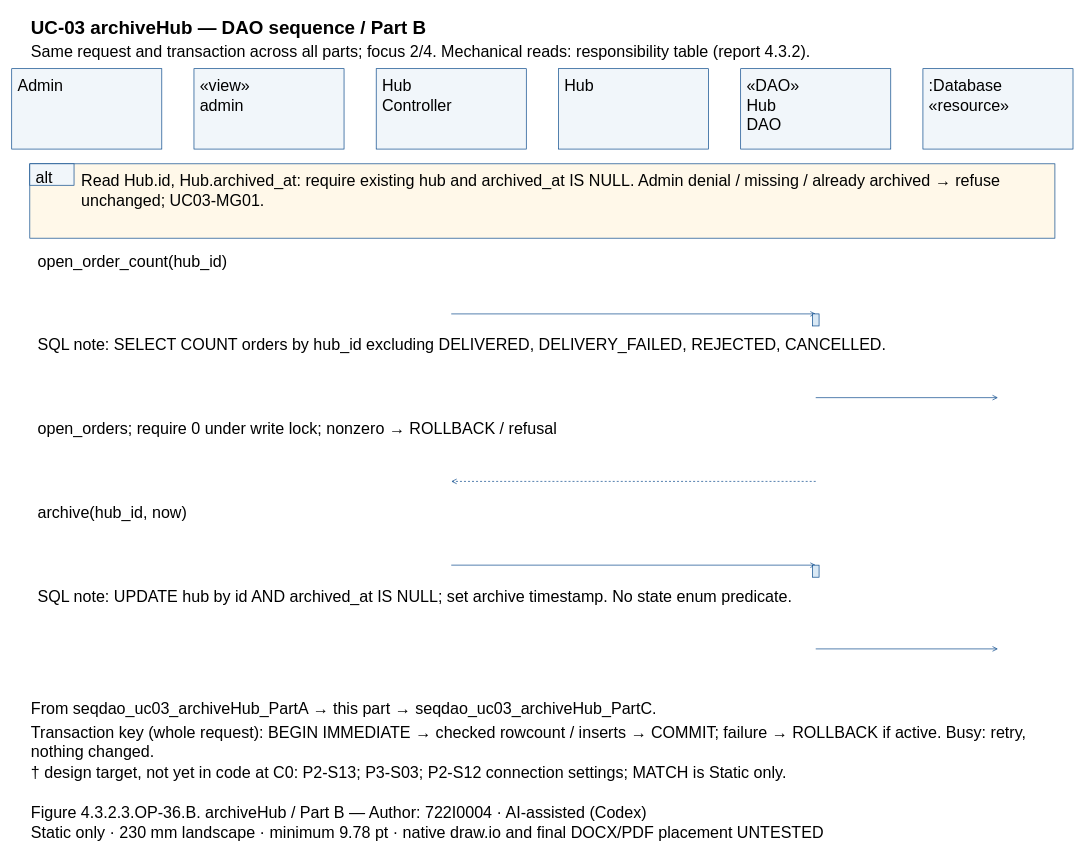
Before: models/UC-03/seqdao_uc03_archiveHub_PartB.drawio in Dat071104/SaigonBite, a draw.io diagram. Source tidied: cells renumbered, new cells numbered last; positions are measured from the earlier drawing's top-left corner, leaving out a move shared by most shapes. Both pictures are drawn from the tidied source at 67%, with x=0, y=0 at pixel (11, 11).
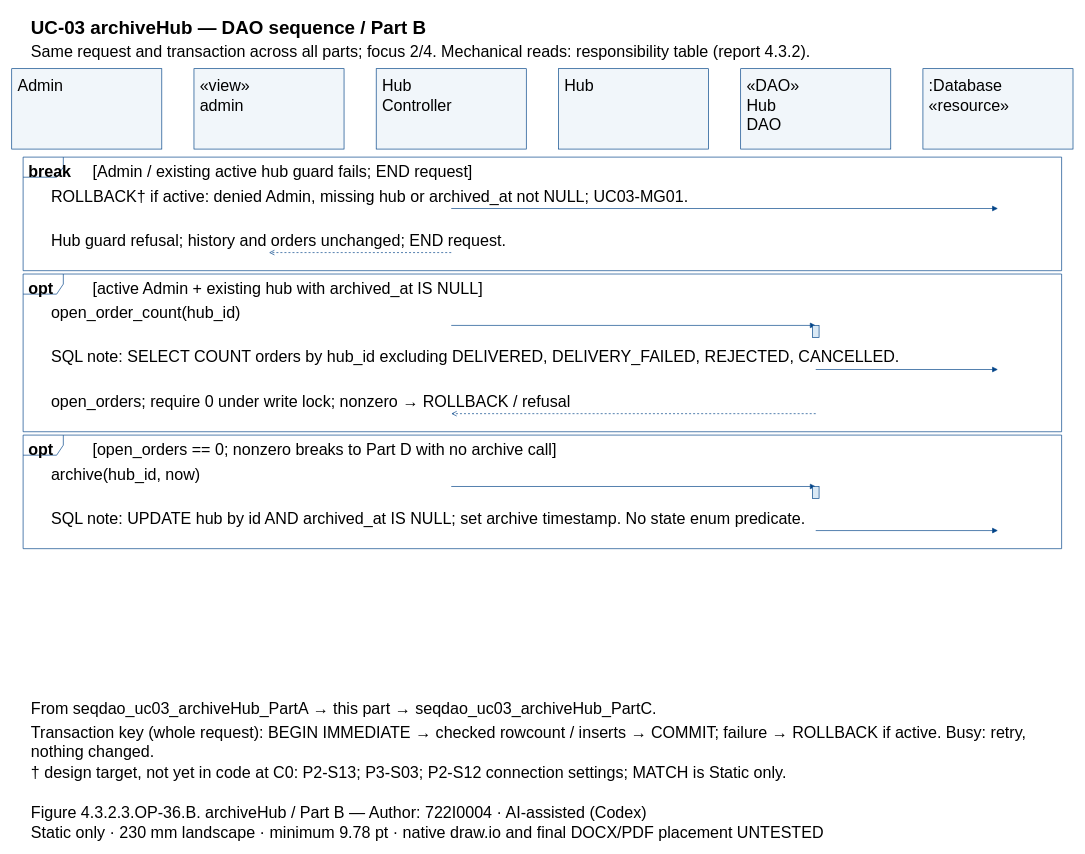
Above is the later version.

The edit, as a diff of the source:
```diff
@@
+    <mxCell id="47" style="shape=umlFrame;fillColor=none;strokeColor=#004387;" parent="1" vertex="1">
+      <mxGeometry x="17" y="217" width="1550" height="169.5" as="geometry" />
+    </mxCell>
+    <mxCell id="48" style="shape=umlFrame;fillColor=none;strokeColor=#004387;" parent="1" vertex="1">
+      <mxGeometry x="17" y="391.5" width="1550" height="235.4" as="geometry" />
+    </mxCell>
+    <mxCell id="49" style="shape=umlFrame;fillColor=none;strokeColor=#004387;" parent="1" vertex="1">
+      <mxGeometry x="17" y="631.9" width="1550" height="169.5" as="geometry" />
+    </mxCell>
@@
-    <mxCell id="15" value=":Database&#10;«resource»" style="text;html=0;whiteSpace=wrap;align=left;verticalAlign=top;strokeColor=none;fillColor=none;fontFamily=Arial;fontSize=24;fontStyle=0;" parent="1" vertex="1">
-      <mxGeometry x="1367" y="90" width="210" height="55.7" as="geometry" />
-    </mxCell>
-    <mxCell id="16" style="fillColor=#FFF8E9;strokeColor=#004387;" parent="1" vertex="1">
-      <mxGeometry x="27" y="227" width="1530" height="111" as="geometry" />
-    </mxCell>
-    <mxCell id="17" style="fillColor=#F1F6FA;strokeColor=#004387;" parent="1" vertex="1">
-      <mxGeometry x="27" y="227" width="66" height="32" as="geometry" />
-    </mxCell>
-    <mxCell id="18" value="alt" style="text;html=0;whiteSpace=wrap;align=left;verticalAlign=top;strokeColor=none;fillColor=none;fontFamily=Arial;fontSize=24;fontStyle=0;" parent="1" vertex="1">
-      <mxGeometry x="34" y="227" width="56" height="27.8" as="geometry" />
+    <mxCell id="18" value=":Database&#10;«resource»" style="text;html=0;whiteSpace=wrap;align=left;verticalAlign=top;strokeColor=none;fillColor=none;fontFamily=Arial;fontSize=24;fontStyle=0;" parent="1" vertex="1">
+      <mxGeometry x="1367" y="90" width="210" height="55.7" as="geometry" />
     </mxCell>
-    <mxCell id="19" value="Read Hub.id, Hub.archived_at: require existing hub and archived_at IS NULL. Admin denial / missing / already archived → refuse&#10;unchanged; UC03-MG01." style="text;html=0;whiteSpace=wrap;align=left;verticalAlign=top;strokeColor=none;fillColor=none;fontFamily=Arial;fontSize=24;fontStyle=0;" parent="1" vertex="1">
-      <mxGeometry x="102" y="232" width="1440" height="55.7" as="geometry" />
-    </mxCell>
-    <mxCell id="20" value="open_order_count(hub_id)" style="text;html=0;whiteSpace=wrap;align=left;verticalAlign=top;strokeColor=none;fillColor=none;fontFamily=Arial;fontSize=24;fontStyle=0;" parent="1" vertex="1">
-      <mxGeometry x="37" y="352" width="1510" height="27.8" as="geometry" />
-    </mxCell>
+    <mxCell id="50" value="break" style="text;html=0;whiteSpace=wrap;align=left;verticalAlign=top;strokeColor=none;fillColor=none;fontFamily=Arial;fontSize=24;fontStyle=1;" parent="1" vertex="1">
+      <mxGeometry x="23" y="218" width="84" height="27.8" as="geometry" />
+    </mxCell>
+    <mxCell id="51" value="[Admin / existing active hub guard fails; END request]" style="text;html=0;whiteSpace=wrap;align=left;verticalAlign=top;strokeColor=none;fillColor=none;fontFamily=Arial;fontSize=24;fontStyle=0;" parent="1" vertex="1">
+      <mxGeometry x="119" y="218" width="1438" height="27.8" as="geometry" />
+    </mxCell>
+    <mxCell id="52" value="opt" style="text;html=0;whiteSpace=wrap;align=left;verticalAlign=top;strokeColor=none;fillColor=none;fontFamily=Arial;fontSize=24;fontStyle=1;" parent="1" vertex="1">
+      <mxGeometry x="23" y="392.5" width="84" height="27.8" as="geometry" />
+    </mxCell>
+    <mxCell id="53" value="[active Admin + existing hub with archived_at IS NULL]" style="text;html=0;whiteSpace=wrap;align=left;verticalAlign=top;strokeColor=none;fillColor=none;fontFamily=Arial;fontSize=24;fontStyle=0;" parent="1" vertex="1">
+      <mxGeometry x="119" y="392.5" width="1438" height="27.8" as="geometry" />
+    </mxCell>
+    <mxCell id="54" value="opt" style="text;html=0;whiteSpace=wrap;align=left;verticalAlign=top;strokeColor=none;fillColor=none;fontFamily=Arial;fontSize=24;fontStyle=1;" parent="1" vertex="1">
+      <mxGeometry x="23" y="632.9" width="84" height="27.8" as="geometry" />
+    </mxCell>
+    <mxCell id="55" value="[open_orders == 0; nonzero breaks to Part D with no archive call]" style="text;html=0;whiteSpace=wrap;align=left;verticalAlign=top;strokeColor=none;fillColor=none;fontFamily=Arial;fontSize=24;fontStyle=0;" parent="1" vertex="1">
+      <mxGeometry x="119" y="632.9" width="1438" height="27.8" as="geometry" />
+    </mxCell>
+    <mxCell id="29" value="ROLLBACK† if active: denied Admin, missing hub or archived_at not NULL; UC03-MG01." style="text;html=0;whiteSpace=wrap;align=left;verticalAlign=top;strokeColor=none;fillColor=none;fontFamily=Arial;fontSize=24;fontStyle=0;" parent="1" vertex="1">
+      <mxGeometry x="57" y="254.8" width="1470" height="27.8" as="geometry" />
+    </mxCell>
+    <mxCell id="56" style="opacity=0;" parent="1" vertex="1">
+      <mxGeometry x="656" y="293.7" as="geometry" />
+    </mxCell>
+    <mxCell id="57" style="opacity=0;" parent="1" vertex="1">
+      <mxGeometry x="1472" y="293.7" as="geometry" />
+    </mxCell>
+    <mxCell id="58" style="edgeStyle=none;endArrow=block;endFill=1;strokeColor=#004387;exitX=0.5;entryX=0.5;exitPerimeter=0;entryPerimeter=0;" parent="1" edge="1" source="56" target="57">
+      <mxGeometry relative="1" as="geometry" />
+    </mxCell>
+    <mxCell id="33" value="Hub guard refusal; history and orders unchanged; END request." style="text;html=0;whiteSpace=wrap;align=left;verticalAlign=top;strokeColor=none;fillColor=none;fontFamily=Arial;fontSize=24;fontStyle=0;" parent="1" vertex="1">
+      <mxGeometry x="57" y="320.7" width="1470" height="27.8" as="geometry" />
+    </mxCell>
     <mxCell id="21" style="opacity=0;" parent="1" vertex="1">
-      <mxGeometry x="656" y="451" as="geometry" />
+      <mxGeometry x="656" y="359.5" as="geometry" />
     </mxCell>
     <mxCell id="22" style="opacity=0;" parent="1" vertex="1">
-      <mxGeometry x="1200" y="451" as="geometry" />
+      <mxGeometry x="384" y="359.5" as="geometry" />
     </mxCell>
-    <mxCell id="23" style="edgeStyle=none;endArrow=open;strokeColor=#004387;exitX=0.5;entryX=0.5;exitPerimeter=0;entryPerimeter=0;" parent="1" edge="1" source="21" target="22">
+    <mxCell id="23" style="edgeStyle=none;endArrow=open;endFill=0;strokeColor=#004387;dashed=1;exitX=0.5;entryX=0.5;exitPerimeter=0;entryPerimeter=0;" parent="1" edge="1" source="21" target="22">
       <mxGeometry relative="1" as="geometry" />
     </mxCell>
-    <mxCell id="24" style="fillColor=#DAE9F5;strokeColor=#004387;" parent="1" vertex="1">
-      <mxGeometry x="1195" y="451" width="10" height="18" as="geometry" />
-    </mxCell>
-    <mxCell id="25" value="SQL note: SELECT COUNT orders by hub_id excluding DELIVERED, DELIVERY_FAILED, REJECTED, CANCELLED." style="text;html=0;whiteSpace=wrap;align=left;verticalAlign=top;strokeColor=none;fillColor=none;fontFamily=Arial;fontSize=24;fontStyle=0;" parent="1" vertex="1">
-      <mxGeometry x="37" y="477" width="1510" height="27.8" as="geometry" />
-    </mxCell>
+    <mxCell id="20" value="open_order_count(hub_id)" style="text;html=0;whiteSpace=wrap;align=left;verticalAlign=top;strokeColor=none;fillColor=none;fontFamily=Arial;fontSize=24;fontStyle=0;" parent="1" vertex="1">
+      <mxGeometry x="57" y="429.4" width="1470" height="27.8" as="geometry" />
+    </mxCell>
     <mxCell id="26" style="opacity=0;" parent="1" vertex="1">
-      <mxGeometry x="1200" y="576" as="geometry" />
+      <mxGeometry x="656" y="468.2" as="geometry" />
     </mxCell>
     <mxCell id="27" style="opacity=0;" parent="1" vertex="1">
-      <mxGeometry x="1472" y="576" as="geometry" />
+      <mxGeometry x="1200" y="468.2" as="geometry" />
     </mxCell>
-    <mxCell id="28" style="edgeStyle=none;endArrow=open;strokeColor=#004387;exitX=0.5;entryX=0.5;exitPerimeter=0;entryPerimeter=0;" parent="1" edge="1" source="26" target="27">
+    <mxCell id="28" style="edgeStyle=none;endArrow=block;endFill=1;strokeColor=#004387;exitX=0.5;entryX=0.5;exitPerimeter=0;entryPerimeter=0;" parent="1" edge="1" source="26" target="27">
       <mxGeometry relative="1" as="geometry" />
     </mxCell>
-    <mxCell id="29" value="open_orders; require 0 under write lock; nonzero → ROLLBACK / refusal" style="text;html=0;whiteSpace=wrap;align=left;verticalAlign=top;strokeColor=none;fillColor=none;fontFamily=Arial;fontSize=24;fontStyle=0;" parent="1" vertex="1">
-      <mxGeometry x="37" y="602" width="1510" height="27.8" as="geometry" />
-    </mxCell>
+    <mxCell id="59" style="fillColor=#DAE9F5;strokeColor=#004387;" parent="1" vertex="1">
+      <mxGeometry x="1195" y="468.2" width="10" height="18" as="geometry" />
+    </mxCell>
+    <mxCell id="42" value="SQL note: SELECT COUNT orders by hub_id excluding DELIVERED, DELIVERY_FAILED, REJECTED, CANCELLED." style="text;html=0;whiteSpace=wrap;align=left;verticalAlign=top;strokeColor=none;fillColor=none;fontFamily=Arial;fontSize=24;fontStyle=0;" parent="1" vertex="1">
+      <mxGeometry x="57" y="495.2" width="1470" height="27.8" as="geometry" />
+    </mxCell>
     <mxCell id="30" style="opacity=0;" parent="1" vertex="1">
-      <mxGeometry x="1200" y="701" as="geometry" />
+      <mxGeometry x="1200" y="534" as="geometry" />
     </mxCell>
     <mxCell id="31" style="opacity=0;" parent="1" vertex="1">
-      <mxGeometry x="656" y="701" as="geometry" />
+      <mxGeometry x="1472" y="534" as="geometry" />
     </mxCell>
-    <mxCell id="32" style="edgeStyle=none;endArrow=open;strokeColor=#004387;dashed=1;exitX=0.5;entryX=0.5;exitPerimeter=0;entryPerimeter=0;" parent="1" edge="1" source="30" target="31">
+    <mxCell id="32" style="edgeStyle=none;endArrow=block;endFill=1;strokeColor=#004387;exitX=0.5;entryX=0.5;exitPerimeter=0;entryPerimeter=0;" parent="1" edge="1" source="30" target="31">
       <mxGeometry relative="1" as="geometry" />
     </mxCell>
-    <mxCell id="33" value="archive(hub_id, now)" style="text;html=0;whiteSpace=wrap;align=left;verticalAlign=top;strokeColor=none;fillColor=none;fontFamily=Arial;fontSize=24;fontStyle=0;" parent="1" vertex="1">
-      <mxGeometry x="37" y="727" width="1510" height="27.8" as="geometry" />
-    </mxCell>
+    <mxCell id="44" value="open_orders; require 0 under write lock; nonzero → ROLLBACK / refusal" style="text;html=0;whiteSpace=wrap;align=left;verticalAlign=top;strokeColor=none;fillColor=none;fontFamily=Arial;fontSize=24;fontStyle=0;" parent="1" vertex="1">
+      <mxGeometry x="57" y="561" width="1470" height="27.8" as="geometry" />
+    </mxCell>
     <mxCell id="34" style="opacity=0;" parent="1" vertex="1">
-      <mxGeometry x="656" y="826" as="geometry" />
+      <mxGeometry x="1200" y="599.9" as="geometry" />
     </mxCell>
     <mxCell id="35" style="opacity=0;" parent="1" vertex="1">
-      <mxGeometry x="1200" y="826" as="geometry" />
+      <mxGeometry x="656" y="599.9" as="geometry" />
     </mxCell>
-    <mxCell id="36" style="edgeStyle=none;endArrow=open;strokeColor=#004387;exitX=0.5;entryX=0.5;exitPerimeter=0;entryPerimeter=0;" parent="1" edge="1" source="34" target="35">
+    <mxCell id="36" style="edgeStyle=none;endArrow=open;endFill=0;strokeColor=#004387;dashed=1;exitX=0.5;entryX=0.5;exitPerimeter=0;entryPerimeter=0;" parent="1" edge="1" source="34" target="35">
       <mxGeometry relative="1" as="geometry" />
     </mxCell>
-    <mxCell id="37" style="fillColor=#DAE9F5;strokeColor=#004387;" parent="1" vertex="1">
-      <mxGeometry x="1195" y="826" width="10" height="18" as="geometry" />
-    </mxCell>
-    <mxCell id="38" value="SQL note: UPDATE hub by id AND archived_at IS NULL; set archive timestamp. No state enum predicate." style="text;html=0;whiteSpace=wrap;align=left;verticalAlign=top;strokeColor=none;fillColor=none;fontFamily=Arial;fontSize=24;fontStyle=0;" parent="1" vertex="1">
-      <mxGeometry x="37" y="852" width="1510" height="27.8" as="geometry" />
-    </mxCell>
+    <mxCell id="46" value="archive(hub_id, now)" style="text;html=0;whiteSpace=wrap;align=left;verticalAlign=top;strokeColor=none;fillColor=none;fontFamily=Arial;fontSize=24;fontStyle=0;" parent="1" vertex="1">
+      <mxGeometry x="57" y="669.7" width="1470" height="27.8" as="geometry" />
+    </mxCell>
     <mxCell id="39" style="opacity=0;" parent="1" vertex="1">
-      <mxGeometry x="1200" y="951" as="geometry" />
+      <mxGeometry x="656" y="708.6" as="geometry" />
     </mxCell>
     <mxCell id="40" style="opacity=0;" parent="1" vertex="1">
-      <mxGeometry x="1472" y="951" as="geometry" />
+      <mxGeometry x="1200" y="708.6" as="geometry" />
     </mxCell>
-    <mxCell id="41" style="edgeStyle=none;endArrow=open;strokeColor=#004387;exitX=0.5;entryX=0.5;exitPerimeter=0;entryPerimeter=0;" parent="1" edge="1" source="39" target="40">
+    <mxCell id="41" style="edgeStyle=none;endArrow=block;endFill=1;strokeColor=#004387;exitX=0.5;entryX=0.5;exitPerimeter=0;entryPerimeter=0;" parent="1" edge="1" source="39" target="40">
       <mxGeometry relative="1" as="geometry" />
     </mxCell>
-    <mxCell id="42" value="From seqdao_uc03_archiveHub_PartA → this part → seqdao_uc03_archiveHub_PartC." style="text;html=0;whiteSpace=wrap;align=left;verticalAlign=top;strokeColor=none;fillColor=none;fontFamily=Arial;fontSize=24;fontStyle=0;" parent="1" vertex="1">
-      <mxGeometry x="27" y="1020" width="1530" height="27.8" as="geometry" />
-    </mxCell>
+    <mxCell id="60" style="fillColor=#DAE9F5;strokeColor=#004387;" parent="1" vertex="1">
+      <mxGeometry x="1195" y="708.6" width="10" height="18" as="geometry" />
+    </mxCell>
+    <mxCell id="38" value="SQL note: UPDATE hub by id AND archived_at IS NULL; set archive timestamp. No state enum predicate." style="text;html=0;whiteSpace=wrap;align=left;verticalAlign=top;strokeColor=none;fillColor=none;fontFamily=Arial;fontSize=24;fontStyle=0;" parent="1" vertex="1">
+      <mxGeometry x="57" y="735.6" width="1470" height="27.8" as="geometry" />
+    </mxCell>
+    <mxCell id="61" style="opacity=0;" parent="1" vertex="1">
+      <mxGeometry x="1200" y="774.4" as="geometry" />
+    </mxCell>
+    <mxCell id="62" style="opacity=0;" parent="1" vertex="1">
+      <mxGeometry x="1472" y="774.4" as="geometry" />
+    </mxCell>
+    <mxCell id="63" style="edgeStyle=none;endArrow=block;endFill=1;strokeColor=#004387;exitX=0.5;entryX=0.5;exitPerimeter=0;entryPerimeter=0;" parent="1" edge="1" source="61" target="62">
+      <mxGeometry relative="1" as="geometry" />
+    </mxCell>
+    <mxCell id="64" value="From seqdao_uc03_archiveHub_PartA → this part → seqdao_uc03_archiveHub_PartC." style="text;html=0;whiteSpace=wrap;align=left;verticalAlign=top;strokeColor=none;fillColor=none;fontFamily=Arial;fontSize=24;fontStyle=0;" parent="1" vertex="1">
+      <mxGeometry x="27" y="1020" width="1530" height="27.8" as="geometry" />
+    </mxCell>
@@
-    <mxCell id="44" value="† design target, not yet in code at C0: P2-S13; P3-S03; P2-S12 connection settings; MATCH is Static only." style="text;html=0;whiteSpace=wrap;align=left;verticalAlign=top;strokeColor=none;fillColor=none;fontFamily=Arial;fontSize=24;fontStyle=0;" parent="1" vertex="1">
-      <mxGeometry x="27" y="1115" width="1530" height="27.8" as="geometry" />
-    </mxCell>
+    <mxCell id="65" value="† design target, not yet in code at C0: P2-S13; P3-S03; P2-S12 connection settings; MATCH is Static only." style="text;html=0;whiteSpace=wrap;align=left;verticalAlign=top;strokeColor=none;fillColor=none;fontFamily=Arial;fontSize=24;fontStyle=0;" parent="1" vertex="1">
+      <mxGeometry x="27" y="1115" width="1530" height="27.8" as="geometry" />
+    </mxCell>
@@
-    <mxCell id="46" value="Static only · 230 mm landscape · minimum 9.78 pt · native draw.io and final DOCX/PDF placement UNTESTED" style="text;html=0;whiteSpace=wrap;align=left;verticalAlign=top;strokeColor=none;fillColor=none;fontFamily=Arial;fontSize=24;fontStyle=0;" parent="1" vertex="1">
-      <mxGeometry x="27" y="1205" width="1530" height="27.8" as="geometry" />
-    </mxCell>
+    <mxCell id="66" value="Static only · 230 mm landscape · minimum 9.78 pt · native draw.io and final DOCX/PDF placement UNTESTED" style="text;html=0;whiteSpace=wrap;align=left;verticalAlign=top;strokeColor=none;fillColor=none;fontFamily=Arial;fontSize=24;fontStyle=0;" parent="1" vertex="1">
+      <mxGeometry x="27" y="1205" width="1530" height="27.8" as="geometry" />
+    </mxCell>
```
